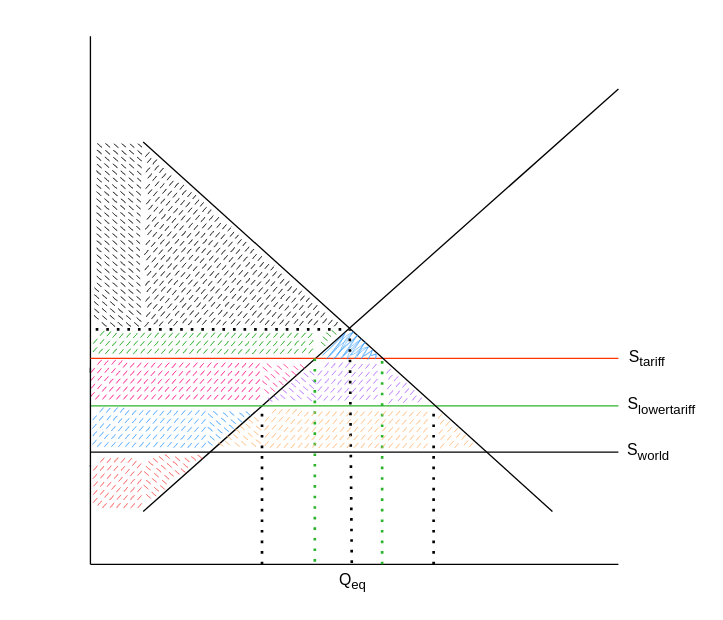
This is Diagramma bez nosaukuma.drawio from MareksNo/Chat-Application, a draw.io file, before an edit. Source tidied: cells renumbered, new cells numbered last; positions are measured from the earlier drawing's top-left corner, leaving out a move shared by most shapes. Both pictures are drawn from the tidied source at 132%, with x=0, y=0 at pixel (24, 36).
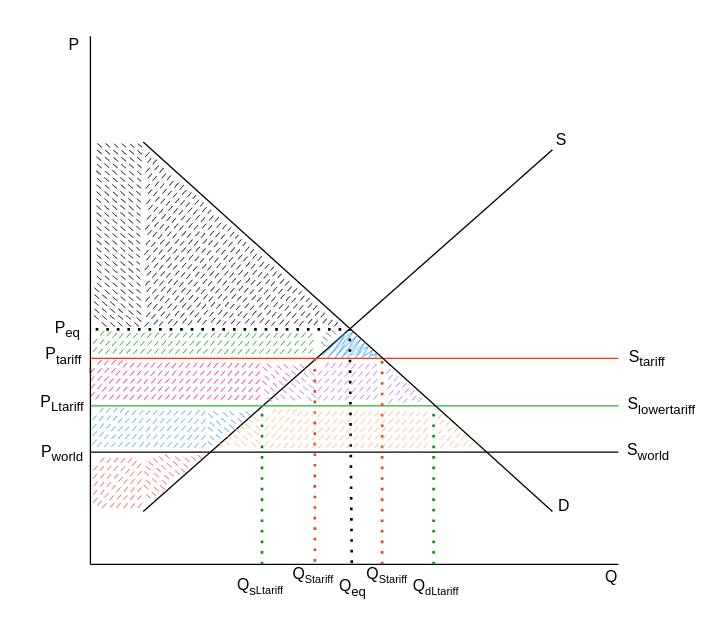
The same page after the edit.

The edit, as a diff of the source:
```diff
@@
     <mxCell id="6" style="endArrow=none;html=1;rounded=0;" parent="1" edge="1">
       <mxGeometry relative="1" as="geometry">
         <mxPoint x="90" y="360" as="sourcePoint" />
-        <mxPoint x="450" y="40" as="targetPoint" />
+        <mxPoint x="400" y="86" as="targetPoint" />
       </mxGeometry>
     </mxCell>
@@
-    <mxCell id="14" style="endArrow=none;dashed=1;html=1;dashPattern=1 3;strokeWidth=2;rounded=0;" parent="1" edge="1">
+    <mxCell id="14" style="endArrow=none;dashed=1;html=1;dashPattern=1 3;strokeWidth=2;rounded=0;strokeColor=#009900;" parent="1" edge="1">
       <mxGeometry relative="1" as="geometry">
         <mxPoint x="180" y="400" as="sourcePoint" />
         <mxPoint x="180" y="282" as="targetPoint" />
       </mxGeometry>
     </mxCell>
-    <mxCell id="15" style="endArrow=none;dashed=1;html=1;dashPattern=1 3;strokeWidth=2;rounded=0;" parent="1" edge="1">
+    <mxCell id="15" style="endArrow=none;dashed=1;html=1;dashPattern=1 3;strokeWidth=2;rounded=0;strokeColor=#009900;" parent="1" edge="1">
       <mxGeometry relative="1" as="geometry">
         <mxPoint x="310" y="400" as="sourcePoint" />
         <mxPoint x="310" y="280" as="targetPoint" />
       </mxGeometry>
     </mxCell>
-    <mxCell id="16" style="endArrow=none;dashed=1;html=1;dashPattern=1 3;strokeWidth=2;rounded=0;strokeColor=#2bb32b;" parent="1" edge="1">
+    <mxCell id="16" style="endArrow=none;dashed=1;html=1;dashPattern=1 3;strokeWidth=2;rounded=0;strokeColor=#EA441A;" parent="1" edge="1">
       <mxGeometry relative="1" as="geometry">
         <mxPoint x="220" y="398" as="sourcePoint" />
         <mxPoint x="220" y="240" as="targetPoint" />
       </mxGeometry>
     </mxCell>
-    <mxCell id="17" style="endArrow=none;dashed=1;html=1;dashPattern=1 3;strokeWidth=2;rounded=0;strokeColor=#2bb32b;" parent="1" edge="1">
+    <mxCell id="17" style="endArrow=none;dashed=1;html=1;dashPattern=1 3;strokeWidth=2;rounded=0;strokeColor=#EA441A;" parent="1" edge="1">
       <mxGeometry relative="1" as="geometry">
         <mxPoint x="271" y="400" as="sourcePoint" />
         <mxPoint x="271" y="240" as="targetPoint" />
       </mxGeometry>
     </mxCell>
@@
     <mxCell id="31" value="&lt;font style=&quot;font-size: 12px;&quot;&gt;Q&lt;sub&gt;eq&lt;/sub&gt;&lt;/font&gt;" style="text;html=1;strokeColor=none;fillColor=none;align=center;verticalAlign=middle;whiteSpace=wrap;rounded=0;" parent="1" vertex="1">
-      <mxGeometry x="236" y="406" width="26" height="13" as="geometry" />
+      <mxGeometry x="236" y="411" width="26" height="13" as="geometry" />
     </mxCell>
@@
+    <mxCell id="38" value="&lt;sub&gt;&lt;span style=&quot;font-size: 12px;&quot;&gt;P&lt;sub&gt;world&lt;/sub&gt;&lt;/span&gt;&lt;/sub&gt;" style="text;html=1;strokeColor=none;fillColor=none;align=center;verticalAlign=middle;whiteSpace=wrap;rounded=0;" parent="1" vertex="1">
+      <mxGeometry x="-1" y="299" width="60" height="30" as="geometry" />
+    </mxCell>
+    <mxCell id="39" value="P&lt;sub&gt;tariff&lt;/sub&gt;" style="text;html=1;strokeColor=none;fillColor=none;align=center;verticalAlign=middle;whiteSpace=wrap;rounded=0;" parent="1" vertex="1">
+      <mxGeometry y="227" width="60" height="30" as="geometry" />
+    </mxCell>
+    <mxCell id="40" value="&lt;sub&gt;&lt;span style=&quot;font-size: 12px;&quot;&gt;P&lt;sub&gt;eq&lt;/sub&gt;&lt;/span&gt;&lt;/sub&gt;" style="text;html=1;strokeColor=none;fillColor=none;align=center;verticalAlign=middle;whiteSpace=wrap;rounded=0;" parent="1" vertex="1">
+      <mxGeometry x="3" y="205" width="60" height="30" as="geometry" />
+    </mxCell>
+    <mxCell id="41" value="S" style="text;html=1;strokeColor=none;fillColor=none;align=center;verticalAlign=middle;whiteSpace=wrap;rounded=0;" parent="1" vertex="1">
+      <mxGeometry x="377" y="64" width="60" height="30" as="geometry" />
+    </mxCell>
+    <mxCell id="42" value="D" style="text;html=1;strokeColor=none;fillColor=none;align=center;verticalAlign=middle;whiteSpace=wrap;rounded=0;" parent="1" vertex="1">
+      <mxGeometry x="379" y="341" width="60" height="30" as="geometry" />
+    </mxCell>
+    <mxCell id="43" value="&lt;font style=&quot;font-size: 12px;&quot;&gt;Q&lt;/font&gt;&lt;font style=&quot;font-size: 10px;&quot;&gt;&lt;sub&gt;Stariff&lt;/sub&gt;&lt;/font&gt;" style="text;html=1;strokeColor=none;fillColor=none;align=center;verticalAlign=middle;whiteSpace=wrap;rounded=0;" parent="1" vertex="1">
+      <mxGeometry x="197" y="401" width="44" height="13" as="geometry" />
+    </mxCell>
+    <mxCell id="44" value="&lt;font style=&quot;font-size: 12px;&quot;&gt;Q&lt;/font&gt;&lt;font style=&quot;font-size: 10px;&quot;&gt;&lt;sub&gt;Stariff&lt;/sub&gt;&lt;/font&gt;" style="text;html=1;strokeColor=none;fillColor=none;align=center;verticalAlign=middle;whiteSpace=wrap;rounded=0;" parent="1" vertex="1">
+      <mxGeometry x="253" y="401" width="44" height="13" as="geometry" />
+    </mxCell>
+    <mxCell id="45" value="P&lt;sub&gt;Ltariff&lt;/sub&gt;" style="text;html=1;strokeColor=none;fillColor=none;align=center;verticalAlign=middle;whiteSpace=wrap;rounded=0;" parent="1" vertex="1">
+      <mxGeometry x="-1" y="263" width="60" height="30" as="geometry" />
+    </mxCell>
+    <mxCell id="46" value="&lt;font style=&quot;font-size: 12px;&quot;&gt;Q&lt;/font&gt;&lt;font style=&quot;font-size: 10px;&quot;&gt;&lt;sub&gt;dLtariff&lt;/sub&gt;&lt;/font&gt;" style="text;html=1;strokeColor=none;fillColor=none;align=center;verticalAlign=middle;whiteSpace=wrap;rounded=0;" parent="1" vertex="1">
+      <mxGeometry x="299" y="410" width="26" height="13" as="geometry" />
+    </mxCell>
+    <mxCell id="47" value="&lt;font style=&quot;font-size: 12px;&quot;&gt;Q&lt;sub&gt;s&lt;/sub&gt;&lt;/font&gt;&lt;font style=&quot;font-size: 10px;&quot;&gt;&lt;sub&gt;Ltariff&lt;/sub&gt;&lt;/font&gt;" style="text;html=1;strokeColor=none;fillColor=none;align=center;verticalAlign=middle;whiteSpace=wrap;rounded=0;" parent="1" vertex="1">
+      <mxGeometry x="166" y="410" width="26" height="13" as="geometry" />
+    </mxCell>
+    <mxCell id="48" value="&lt;sub&gt;&lt;span style=&quot;font-size: 12px;&quot;&gt;P&lt;/span&gt;&lt;/sub&gt;" style="text;html=1;strokeColor=none;fillColor=none;align=center;verticalAlign=middle;whiteSpace=wrap;rounded=0;" parent="1" vertex="1">
+      <mxGeometry x="8" y="-10" width="60" height="30" as="geometry" />
+    </mxCell>
+    <mxCell id="49" value="Q" style="text;html=1;strokeColor=none;fillColor=none;align=center;verticalAlign=middle;whiteSpace=wrap;rounded=0;" parent="1" vertex="1">
+      <mxGeometry x="415" y="395" width="60" height="30" as="geometry" />
+    </mxCell>
```
